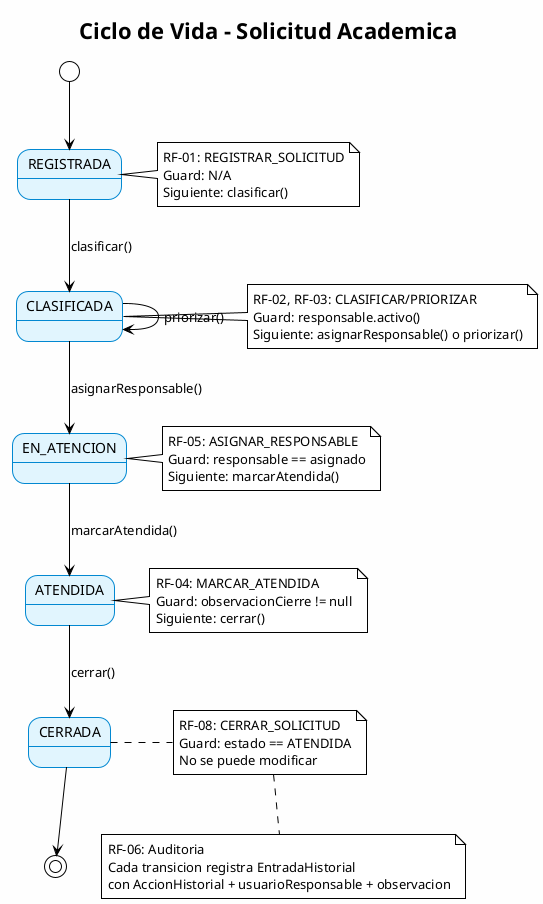
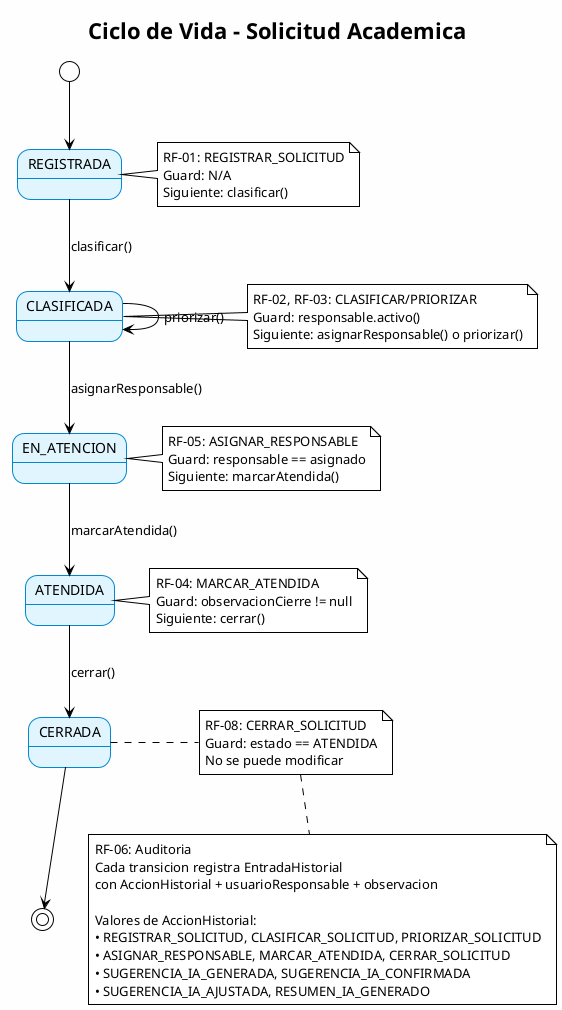
@startuml
!theme plain
skinparam backgroundColor #FEFEFE
skinparam stateBackgroundColor #E1F5FE
skinparam stateBorderColor #0288D1

title Ciclo de Vida - Solicitud Academica

state REGISTRADA
state CLASIFICADA
state EN_ATENCION
state ATENDIDA
state CERRADA

[*] --> REGISTRADA

REGISTRADA --> CLASIFICADA : clasificar()

CLASIFICADA --> CLASIFICADA : priorizar()

CLASIFICADA --> EN_ATENCION : asignarResponsable()

EN_ATENCION --> ATENDIDA : marcarAtendida()

ATENDIDA --> CERRADA : cerrar()

CERRADA --> [*]

note right of REGISTRADA
  RF-01: REGISTRAR_SOLICITUD
  Guard: N/A
  Siguiente: clasificar()
end note

note right of CLASIFICADA
  RF-02, RF-03: CLASIFICAR/PRIORIZAR
  Guard: responsable.activo()
  Siguiente: asignarResponsable() o priorizar()
end note

note right of EN_ATENCION
  RF-05: ASIGNAR_RESPONSABLE
  Guard: responsable == asignado
  Siguiente: marcarAtendida()
end note

note right of ATENDIDA
  RF-04: MARCAR_ATENDIDA
  Guard: observacionCierre != null
  Siguiente: cerrar()
end note

note right of CERRADA
  RF-08: CERRAR_SOLICITUD
  Guard: estado == ATENDIDA
  No se puede modificar
end note

note bottom
  RF-06: Auditoria
  Cada transicion registra EntradaHistorial
  con AccionHistorial + usuarioResponsable + observacion
+ 
+   Valores de AccionHistorial:
+   • REGISTRAR_SOLICITUD, CLASIFICAR_SOLICITUD, PRIORIZAR_SOLICITUD
+   • ASIGNAR_RESPONSABLE, MARCAR_ATENDIDA, CERRAR_SOLICITUD
+   • SUGERENCIA_IA_GENERADA, SUGERENCIA_IA_CONFIRMADA
+   • SUGERENCIA_IA_AJUSTADA, RESUMEN_IA_GENERADO
end note

@enduml
